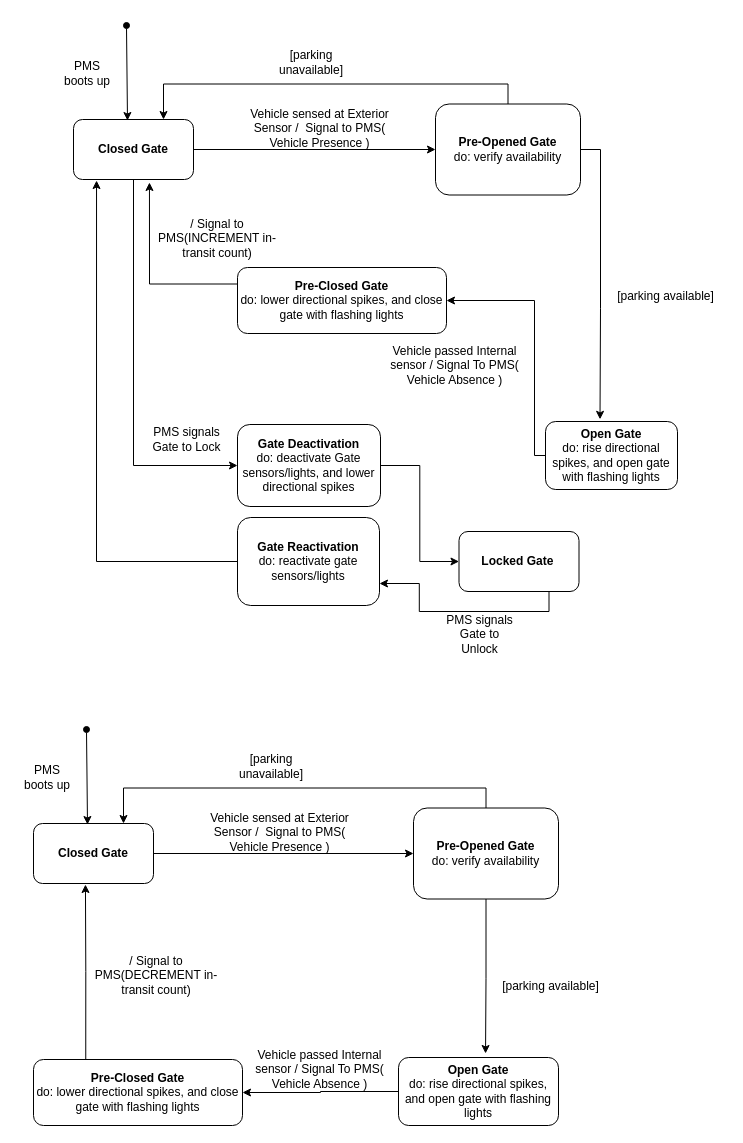
Earlier version of the draw.io diagram documentation/srs-drafts/diagram-xmls/Gate-Diagrams/GateOMT_V2.1.drawio (rlutz1/CS460-Project-1). Source tidied: cells renumbered, new cells numbered last; positions are measured from the earlier drawing's top-left corner, leaving out a move shared by most shapes. Both pictures are drawn from the tidied source at 100%, with x=0, y=0 at pixel (17, 25).
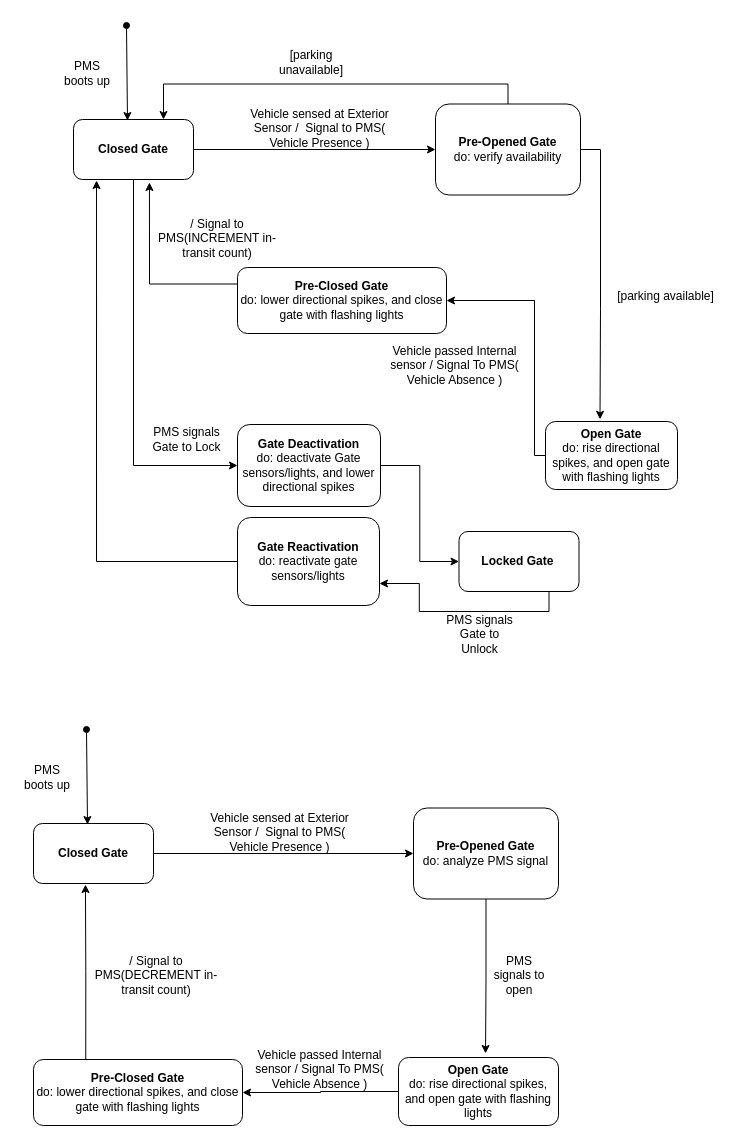
The same diagram, later.

Commit message:
deleted reference to availability in GateOMT diagram for submission in SRS V3

Unchanged cells that the change refers to:
```xml
<mxCell id="29" value="&lt;b&gt;Closed Gate&lt;/b&gt;" style="rounded=1;whiteSpace=wrap;html=1;" parent="1" vertex="1">
  <mxGeometry x="16" y="798" width="120" height="60" as="geometry" />
</mxCell>
```

Change to the diagram source:
```diff
@@
-    <mxCell id="31" style="edgeStyle=orthogonalEdgeStyle;rounded=0;jettySize=auto;html=1;exitX=0.5;exitY=0;exitDx=0;exitDy=0;entryX=0.75;entryY=0;entryDx=0;entryDy=0;" parent="1" edge="1" source="32" target="29">
-      <mxGeometry relative="1" as="geometry" />
-    </mxCell>
-    <mxCell id="32" value="&lt;b&gt;Pre-Opened Gate&lt;/b&gt;&lt;div&gt;do: verify availability&lt;/div&gt;" style="rounded=1;whiteSpace=wrap;html=1;" parent="1" vertex="1">
+    <mxCell id="32" value="&lt;b&gt;Pre-Opened Gate&lt;/b&gt;&lt;div&gt;do: analyze PMS signal&lt;/div&gt;" style="rounded=1;whiteSpace=wrap;html=1;" parent="1" vertex="1">
       <mxGeometry x="396" y="782.5" width="145" height="91" as="geometry" />
     </mxCell>
-    <mxCell id="33" value="[parking available]" style="text;html=1;whiteSpace=wrap;strokeColor=none;fillColor=none;align=center;verticalAlign=middle;rounded=0;" parent="1" vertex="1">
-      <mxGeometry x="473" y="946" width="121" height="30" as="geometry" />
-    </mxCell>
@@
-    <mxCell id="39" value="[parking unavailable]" style="text;html=1;whiteSpace=wrap;strokeColor=none;fillColor=none;align=center;verticalAlign=middle;rounded=0;" parent="1" vertex="1">
-      <mxGeometry x="224" y="726" width="60" height="30" as="geometry" />
-    </mxCell>
@@
+    <mxCell id="43" value="PMS signals to open" style="text;html=1;whiteSpace=wrap;strokeColor=none;fillColor=none;align=center;verticalAlign=middle;rounded=0;" parent="1" vertex="1">
+      <mxGeometry x="471.5" y="935" width="60" height="30" as="geometry" />
+    </mxCell>
```
